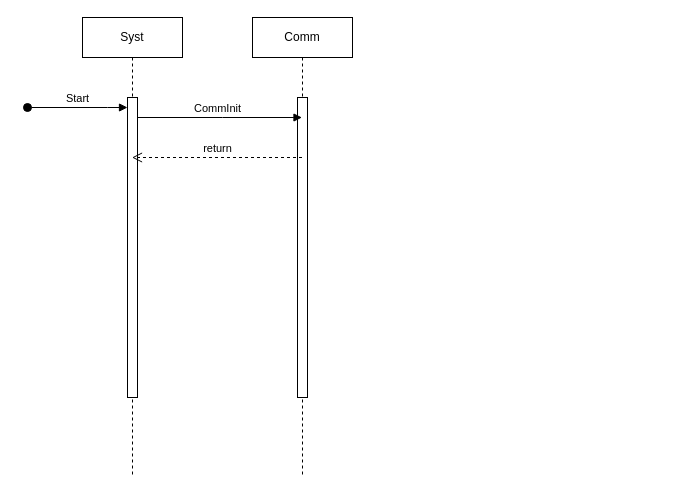
This is Untitled Diagram.drawio from OneOverThree/PastryTest, a draw.io file, before an edit. Source tidied: cells renumbered, new cells numbered last; positions are measured from the earlier drawing's top-left corner, leaving out a move shared by most shapes. Both pictures are drawn from the tidied source at 100%, with x=0, y=0 at pixel (27, 17).
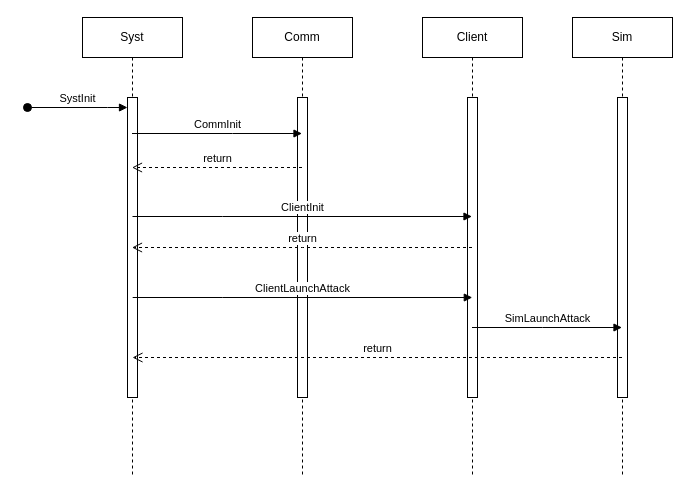
After the change.

The change refers to these unchanged cells:
```xml
<mxCell id="2" value="Comm" style="shape=umlLifeline;perimeter=lifelinePerimeter;whiteSpace=wrap;html=1;outlineConnect=0;portConstraint=eastwest;newEdgeStyle={&quot;edgeStyle&quot;:&quot;elbowEdgeStyle&quot;,&quot;elbow&quot;:&quot;vertical&quot;,&quot;curved&quot;:0,&quot;rounded&quot;:0};" parent="1" vertex="1">
  <mxGeometry x="225" width="100" height="460" as="geometry" />
</mxCell>
<mxCell id="5" value="Syst" style="shape=umlLifeline;perimeter=lifelinePerimeter;whiteSpace=wrap;html=1;outlineConnect=0;portConstraint=eastwest;newEdgeStyle={&quot;edgeStyle&quot;:&quot;elbowEdgeStyle&quot;,&quot;elbow&quot;:&quot;vertical&quot;,&quot;curved&quot;:0,&quot;rounded&quot;:0};" parent="1" vertex="1">
  <mxGeometry x="55" width="100" height="460" as="geometry" />
</mxCell>
<mxCell id="6" style="html=1;points=[];perimeter=orthogonalPerimeter;outlineConnect=0;targetShapes=umlLifeline;portConstraint=eastwest;newEdgeStyle={&quot;edgeStyle&quot;:&quot;elbowEdgeStyle&quot;,&quot;elbow&quot;:&quot;vertical&quot;,&quot;curved&quot;:0,&quot;rounded&quot;:0};" parent="5" vertex="1">
  <mxGeometry x="45" y="80" width="10" height="300" as="geometry" />
</mxCell>
```

Diff of the diagram source:
```diff
@@
-    <mxCell id="4" value="CommInit" style="html=1;verticalAlign=bottom;endArrow=block;edgeStyle=elbowEdgeStyle;elbow=vertical;curved=0;rounded=0;" parent="1" edge="1" source="5" target="2">
-      <mxGeometry relative="1" as="geometry">
-        <Array as="points">
-          <mxPoint x="195" y="100" />
-          <mxPoint x="235" y="110" />
-          <mxPoint x="245" y="100" />
-          <mxPoint x="210" y="120" />
-        </Array>
-      </mxGeometry>
-    </mxCell>
@@
-    <mxCell id="7" value="Start" style="html=1;verticalAlign=bottom;startArrow=oval;startFill=1;endArrow=block;startSize=8;edgeStyle=elbowEdgeStyle;elbow=vertical;curved=0;rounded=0;" parent="1" edge="1" target="6">
+    <mxCell id="7" value="SystInit" style="html=1;verticalAlign=bottom;startArrow=oval;startFill=1;endArrow=block;startSize=8;edgeStyle=elbowEdgeStyle;elbow=vertical;curved=0;rounded=0;" parent="1" edge="1" target="6">
       <mxGeometry relative="1" as="geometry">
         <mxPoint y="90" as="sourcePoint" />
         <Array as="points">
           <mxPoint x="80" y="90" />
           <mxPoint x="60" y="70" />
         </Array>
       </mxGeometry>
     </mxCell>
-    <mxCell id="8" value="return" style="html=1;verticalAlign=bottom;endArrow=open;dashed=1;endSize=8;edgeStyle=elbowEdgeStyle;elbow=vertical;curved=0;rounded=0;" parent="1" edge="1" source="2" target="5">
+    <mxCell id="8" value="return" style="html=1;verticalAlign=bottom;endArrow=open;dashed=1;endSize=8;edgeStyle=elbowEdgeStyle;elbow=vertical;curved=0;rounded=0;" parent="1" edge="1">
       <mxGeometry relative="1" as="geometry">
+        <mxPoint x="274.5" y="150" as="sourcePoint" />
+        <mxPoint x="104.5" y="150" as="targetPoint" />
         <Array as="points">
-          <mxPoint x="215" y="140" />
+          <mxPoint x="215" y="150" />
         </Array>
       </mxGeometry>
     </mxCell>
+    <mxCell id="9" value="Client" style="shape=umlLifeline;perimeter=lifelinePerimeter;whiteSpace=wrap;html=1;outlineConnect=0;portConstraint=eastwest;newEdgeStyle={&quot;edgeStyle&quot;:&quot;elbowEdgeStyle&quot;,&quot;elbow&quot;:&quot;vertical&quot;,&quot;curved&quot;:0,&quot;rounded&quot;:0};" parent="1" vertex="1">
+      <mxGeometry x="395" width="100" height="460" as="geometry" />
+    </mxCell>
+    <mxCell id="10" style="html=1;perimeter=orthogonalPerimeter;targetShapes=umlLifeline;newEdgeStyle={&quot;edgeStyle&quot;:&quot;elbowEdgeStyle&quot;,&quot;elbow&quot;:&quot;vertical&quot;,&quot;curved&quot;:0,&quot;rounded&quot;:0};" parent="9" vertex="1">
+      <mxGeometry x="45" y="80" width="10" height="300" as="geometry" />
+    </mxCell>
+    <mxCell id="11" value="ClientInit" style="html=1;verticalAlign=bottom;endArrow=block;edgeStyle=elbowEdgeStyle;elbow=vertical;curved=0;rounded=0;" parent="1" edge="1">
+      <mxGeometry relative="1" as="geometry">
+        <mxPoint x="105" y="199" as="sourcePoint" />
+        <mxPoint x="444.5" y="199" as="targetPoint" />
+        <Array as="points">
+          <mxPoint x="195" y="199" />
+          <mxPoint x="235" y="209" />
+          <mxPoint x="245" y="199" />
+          <mxPoint x="210" y="219" />
+        </Array>
+      </mxGeometry>
+    </mxCell>
+    <mxCell id="12" value="return" style="html=1;verticalAlign=bottom;endArrow=open;dashed=1;endSize=8;edgeStyle=elbowEdgeStyle;elbow=vertical;curved=0;rounded=0;" parent="1" edge="1" source="9" target="5">
+      <mxGeometry relative="1" as="geometry" />
+    </mxCell>
+    <mxCell id="4" value="CommInit" style="html=1;verticalAlign=bottom;endArrow=block;edgeStyle=elbowEdgeStyle;elbow=vertical;curved=0;rounded=0;" parent="1" edge="1">
+      <mxGeometry relative="1" as="geometry">
+        <mxPoint x="104.5" y="116" as="sourcePoint" />
+        <mxPoint x="274.5" y="116" as="targetPoint" />
+        <Array as="points">
+          <mxPoint x="205" y="116" />
+        </Array>
+      </mxGeometry>
+    </mxCell>
+    <mxCell id="13" value="Sim" style="shape=umlLifeline;perimeter=lifelinePerimeter;whiteSpace=wrap;html=1;outlineConnect=0;portConstraint=eastwest;newEdgeStyle={&quot;edgeStyle&quot;:&quot;elbowEdgeStyle&quot;,&quot;elbow&quot;:&quot;vertical&quot;,&quot;curved&quot;:0,&quot;rounded&quot;:0};" parent="1" vertex="1">
+      <mxGeometry x="545" width="100" height="460" as="geometry" />
+    </mxCell>
+    <mxCell id="14" style="html=1;perimeter=orthogonalPerimeter;targetShapes=umlLifeline;newEdgeStyle={&quot;edgeStyle&quot;:&quot;elbowEdgeStyle&quot;,&quot;elbow&quot;:&quot;vertical&quot;,&quot;curved&quot;:0,&quot;rounded&quot;:0};" parent="13" vertex="1">
+      <mxGeometry x="45" y="80" width="10" height="300" as="geometry" />
+    </mxCell>
+    <mxCell id="15" value="ClientLaunchAttack" style="html=1;verticalAlign=bottom;endArrow=block;edgeStyle=elbowEdgeStyle;elbow=vertical;curved=0;rounded=0;" parent="1" edge="1">
+      <mxGeometry relative="1" as="geometry">
+        <mxPoint x="105.2" y="280" as="sourcePoint" />
+        <mxPoint x="444.8" y="280" as="targetPoint" />
+        <Array as="points">
+          <mxPoint x="195.2" y="280" />
+          <mxPoint x="235.2" y="290" />
+          <mxPoint x="245.2" y="280" />
+          <mxPoint x="210.2" y="300" />
+        </Array>
+      </mxGeometry>
+    </mxCell>
+    <mxCell id="16" value="SimLaunchAttack" style="html=1;verticalAlign=bottom;endArrow=block;edgeStyle=elbowEdgeStyle;elbow=vertical;curved=0;rounded=0;" parent="1" edge="1" source="9" target="13">
+      <mxGeometry relative="1" as="geometry">
+        <Array as="points">
+          <mxPoint x="515" y="310" />
+        </Array>
+      </mxGeometry>
+    </mxCell>
+    <mxCell id="17" value="return" style="html=1;verticalAlign=bottom;endArrow=open;dashed=1;endSize=8;edgeStyle=elbowEdgeStyle;elbow=vertical;curved=0;rounded=0;" parent="1" edge="1" source="13">
+      <mxGeometry relative="1" as="geometry">
+        <mxPoint x="105" y="340" as="targetPoint" />
+      </mxGeometry>
+    </mxCell>
```
